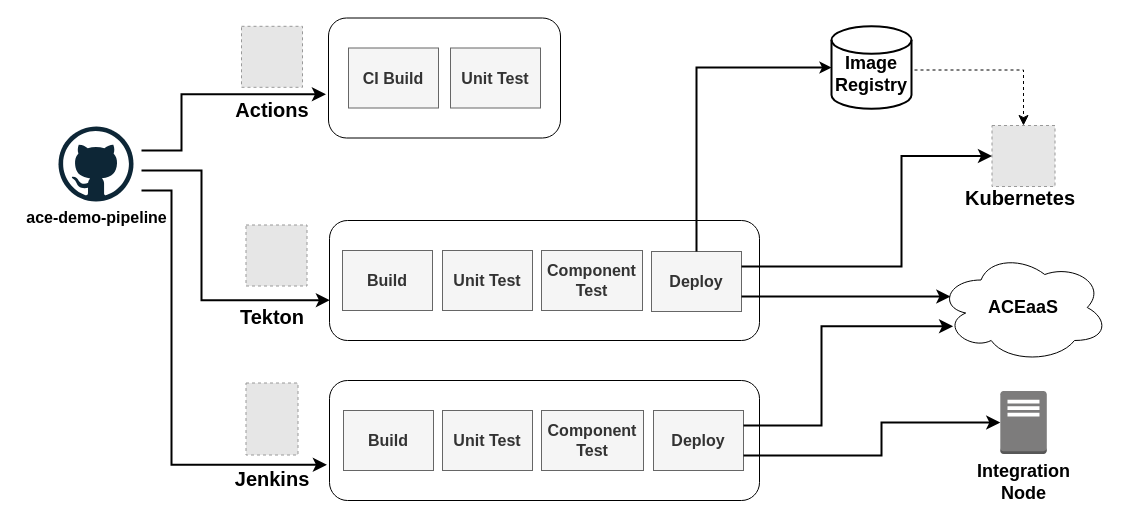
This is demo-infrastructure/images/pipelines-overview.drawio from ot4i/ace-demo-pipeline, a draw.io file, before an edit. Source tidied: cells renumbered, new cells numbered last; positions are measured from the earlier drawing's top-left corner, leaving out a move shared by most shapes. Both pictures are drawn from the tidied source at 100%, with x=0, y=0 at pixel (58, 18). Pictures stored in the file or linked from it are replaced by grey dashed boxes.
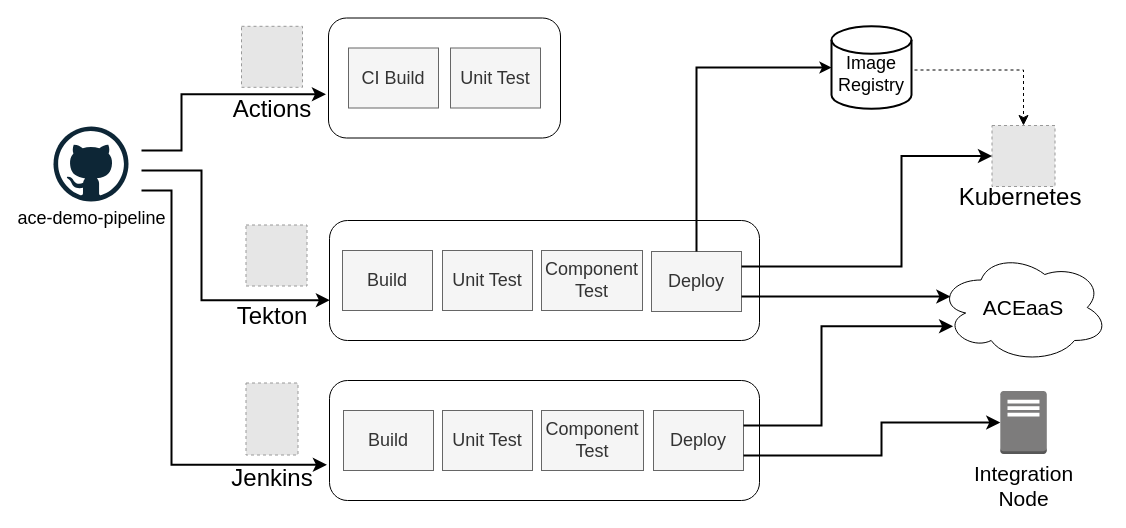
The same diagram, later.

Commit message (it also covers changes not shown here):
Different picture size

Diff of the diagram source:
```diff
@@
-    <mxCell id="2" style="rounded=1;whiteSpace=wrap;html=1;fontSize=16;" parent="1" vertex="1">
+    <mxCell id="2" style="rounded=1;whiteSpace=wrap;html=1;fontSize=18;fontStyle=0;" parent="1" vertex="1">
       <mxGeometry x="271" y="202" width="430" height="120" as="geometry" />
     </mxCell>
-    <mxCell id="3" value="ace-demo-pipeline" style="dashed=0;html=1;align=center;labelPosition=center;verticalLabelPosition=bottom;verticalAlign=top;shape=mxgraph.weblogos.github;fontSize=16;fontStyle=1;" parent="1" vertex="1">
-      <mxGeometry y="108" width="75" height="75" as="geometry" />
+    <mxCell id="3" value="ace-demo-pipeline" style="dashed=0;html=1;align=center;labelPosition=center;verticalLabelPosition=bottom;verticalAlign=top;shape=mxgraph.weblogos.github;fontSize=18;fontStyle=0;" parent="1" vertex="1">
+      <mxGeometry x="-5" y="108" width="75" height="75" as="geometry" />
     </mxCell>
-    <mxCell id="4" value="ACEaaS" style="ellipse;shape=cloud;whiteSpace=wrap;html=1;fontSize=18;fontStyle=1;" parent="1" vertex="1">
+    <mxCell id="4" value="ACEaaS" style="ellipse;shape=cloud;whiteSpace=wrap;html=1;fontSize=21;fontStyle=0;" parent="1" vertex="1">
       <mxGeometry x="880" y="234" width="170" height="110" as="geometry" />
     </mxCell>
-    <mxCell id="5" style="fillColor=#E6E6E6;strokeColor=#999999;dashed=1;html=1;verticalLabelPosition=bottom;verticalAlign=top;fontStyle=1;" parent="1" vertex="1">
+    <mxCell id="5" style="fillColor=#E6E6E6;strokeColor=#999999;dashed=1;html=1;verticalLabelPosition=bottom;verticalAlign=top;fontStyle=0;fontSize=24;" parent="1" vertex="1">
       <mxGeometry x="187.5" y="364.5" width="52" height="72" as="geometry" />
     </mxCell>
-    <mxCell id="6" value="Jenkins" style="text;html=1;align=center;verticalAlign=middle;whiteSpace=wrap;rounded=0;fontSize=20;fontStyle=1;" parent="1" vertex="1">
+    <mxCell id="6" value="Jenkins" style="text;html=1;align=center;verticalAlign=middle;whiteSpace=wrap;rounded=0;fontSize=24;fontStyle=0;" parent="1" vertex="1">
       <mxGeometry x="178.5" y="439.5" width="70" height="40" as="geometry" />
     </mxCell>
-    <mxCell id="7" value="Build" style="rounded=0;whiteSpace=wrap;html=1;fontSize=16;fillColor=#f5f5f5;fontColor=#333333;strokeColor=#666666;fontStyle=1;" parent="1" vertex="1">
+    <mxCell id="7" value="Build" style="rounded=0;whiteSpace=wrap;html=1;fontSize=18;fillColor=#f5f5f5;fontColor=#333333;strokeColor=#666666;fontStyle=0;" parent="1" vertex="1">
       <mxGeometry x="284" y="232" width="90" height="60" as="geometry" />
     </mxCell>
-    <mxCell id="8" value="Unit Test" style="rounded=0;whiteSpace=wrap;html=1;fontSize=16;fillColor=#f5f5f5;fontColor=#333333;strokeColor=#666666;fontStyle=1;" parent="1" vertex="1">
+    <mxCell id="8" value="Unit Test" style="rounded=0;whiteSpace=wrap;html=1;fontSize=18;fillColor=#f5f5f5;fontColor=#333333;strokeColor=#666666;fontStyle=0;" parent="1" vertex="1">
       <mxGeometry x="384" y="232" width="90" height="60" as="geometry" />
     </mxCell>
-    <mxCell id="9" value="Component &lt;br style=&quot;font-size: 16px;&quot;&gt;Test" style="rounded=0;whiteSpace=wrap;html=1;fontSize=16;fillColor=#f5f5f5;fontColor=#333333;strokeColor=#666666;fontStyle=1;" parent="1" vertex="1">
+    <mxCell id="9" value="Component &lt;br style=&quot;font-size: 18px;&quot;&gt;Test" style="rounded=0;whiteSpace=wrap;html=1;fontSize=18;fillColor=#f5f5f5;fontColor=#333333;strokeColor=#666666;fontStyle=0;" parent="1" vertex="1">
       <mxGeometry x="483" y="232" width="101" height="60" as="geometry" />
     </mxCell>
-    <mxCell id="10" value="Image Registry" style="strokeWidth=2;html=1;shape=mxgraph.flowchart.database;whiteSpace=wrap;spacingTop=13;fontSize=18;fontStyle=1;" parent="1" vertex="1">
+    <mxCell id="10" value="Image Registry" style="strokeWidth=2;html=1;shape=mxgraph.flowchart.database;whiteSpace=wrap;spacingTop=13;fontSize=18;fontStyle=0;" parent="1" vertex="1">
       <mxGeometry x="773" y="7.8" width="80" height="82.5" as="geometry" />
     </mxCell>
-    <mxCell id="11" value="Deploy" style="rounded=0;whiteSpace=wrap;html=1;fontSize=16;fillColor=#f5f5f5;fontColor=#333333;strokeColor=#666666;fontStyle=1;" parent="1" vertex="1">
+    <mxCell id="11" value="Deploy" style="rounded=0;whiteSpace=wrap;html=1;fontSize=18;fillColor=#f5f5f5;fontColor=#333333;strokeColor=#666666;fontStyle=0;" parent="1" vertex="1">
       <mxGeometry x="593" y="233" width="90" height="60" as="geometry" />
     </mxCell>
-    <mxCell id="12" style="fillColor=#E6E6E6;strokeColor=#999999;dashed=1;html=1;verticalLabelPosition=bottom;verticalAlign=top;fontStyle=1;" parent="1" vertex="1">
+    <mxCell id="12" style="fillColor=#E6E6E6;strokeColor=#999999;dashed=1;html=1;verticalLabelPosition=bottom;verticalAlign=top;fontStyle=0;fontSize=24;" parent="1" vertex="1">
       <mxGeometry x="187.5" y="206.5" width="61" height="61" as="geometry" />
     </mxCell>
-    <mxCell id="13" style="fillColor=#E6E6E6;strokeColor=#999999;dashed=1;html=1;verticalLabelPosition=bottom;verticalAlign=top;fontStyle=1;" parent="1" vertex="1">
+    <mxCell id="13" style="fillColor=#E6E6E6;strokeColor=#999999;dashed=1;html=1;verticalLabelPosition=bottom;verticalAlign=top;fontStyle=0;" parent="1" vertex="1">
       <mxGeometry x="933.5" y="107" width="63" height="61" as="geometry" />
     </mxCell>
-    <mxCell id="14" value="Tekton" style="text;html=1;align=center;verticalAlign=middle;whiteSpace=wrap;rounded=0;fontSize=20;fontStyle=1;" parent="1" vertex="1">
+    <mxCell id="14" value="Tekton" style="text;html=1;align=center;verticalAlign=middle;whiteSpace=wrap;rounded=0;fontSize=24;fontStyle=0;" parent="1" vertex="1">
       <mxGeometry x="178.5" y="277.5" width="70" height="40" as="geometry" />
     </mxCell>
-    <mxCell id="15" style="rounded=1;whiteSpace=wrap;html=1;fontSize=16;" parent="1" vertex="1">
+    <mxCell id="15" style="rounded=1;whiteSpace=wrap;html=1;fontSize=18;fontStyle=0;" parent="1" vertex="1">
       <mxGeometry x="271" y="362" width="430" height="120" as="geometry" />
     </mxCell>
-    <mxCell id="16" value="Build" style="rounded=0;whiteSpace=wrap;html=1;fontSize=16;fillColor=#f5f5f5;fontColor=#333333;strokeColor=#666666;fontStyle=1;" parent="1" vertex="1">
+    <mxCell id="16" value="Build" style="rounded=0;whiteSpace=wrap;html=1;fontSize=18;fillColor=#f5f5f5;fontColor=#333333;strokeColor=#666666;fontStyle=0;" parent="1" vertex="1">
       <mxGeometry x="285" y="392" width="90" height="60" as="geometry" />
     </mxCell>
-    <mxCell id="17" value="Unit Test" style="rounded=0;whiteSpace=wrap;html=1;fontSize=16;fillColor=#f5f5f5;fontColor=#333333;strokeColor=#666666;fontStyle=1;" parent="1" vertex="1">
+    <mxCell id="17" value="Unit Test" style="rounded=0;whiteSpace=wrap;html=1;fontSize=18;fillColor=#f5f5f5;fontColor=#333333;strokeColor=#666666;fontStyle=0;" parent="1" vertex="1">
       <mxGeometry x="384" y="392" width="90" height="60" as="geometry" />
     </mxCell>
-    <mxCell id="18" value="Component &lt;br style=&quot;font-size: 16px;&quot;&gt;Test" style="rounded=0;whiteSpace=wrap;html=1;fontSize=16;fillColor=#f5f5f5;fontColor=#333333;strokeColor=#666666;fontStyle=1;" parent="1" vertex="1">
+    <mxCell id="18" value="Component &lt;br style=&quot;font-size: 18px;&quot;&gt;Test" style="rounded=0;whiteSpace=wrap;html=1;fontSize=18;fillColor=#f5f5f5;fontColor=#333333;strokeColor=#666666;fontStyle=0;" parent="1" vertex="1">
       <mxGeometry x="483" y="392" width="102" height="60" as="geometry" />
     </mxCell>
-    <mxCell id="19" value="Deploy" style="rounded=0;whiteSpace=wrap;html=1;fontSize=16;fillColor=#f5f5f5;fontColor=#333333;strokeColor=#666666;fontStyle=1;" parent="1" vertex="1">
+    <mxCell id="19" value="Deploy" style="rounded=0;whiteSpace=wrap;html=1;fontSize=18;fillColor=#f5f5f5;fontColor=#333333;strokeColor=#666666;fontStyle=0;" parent="1" vertex="1">
       <mxGeometry x="595" y="392" width="90" height="60" as="geometry" />
     </mxCell>
-    <mxCell id="20" value="Integration&lt;br style=&quot;font-size: 18px;&quot;&gt;Node" style="outlineConnect=0;dashed=0;verticalLabelPosition=bottom;verticalAlign=top;align=center;html=1;shape=mxgraph.aws3.traditional_server;fillColor=#7D7C7C;gradientColor=none;fontSize=18;fontStyle=1;" parent="1" vertex="1">
+    <mxCell id="20" value="Integration&lt;br style=&quot;font-size: 21px;&quot;&gt;Node" style="outlineConnect=0;dashed=0;verticalLabelPosition=bottom;verticalAlign=top;align=center;html=1;shape=mxgraph.aws3.traditional_server;fillColor=#7D7C7C;gradientColor=none;fontSize=21;fontStyle=0;" parent="1" vertex="1">
       <mxGeometry x="941.8" y="372.5" width="46.5" height="63" as="geometry" />
     </mxCell>
-    <mxCell id="21" style="rounded=1;whiteSpace=wrap;html=1;fontSize=16;" parent="1" vertex="1">
+    <mxCell id="21" style="rounded=1;whiteSpace=wrap;html=1;fontSize=18;fontStyle=0;" parent="1" vertex="1">
       <mxGeometry x="270" y="-0.5" width="232" height="120" as="geometry" />
     </mxCell>
-    <mxCell id="22" value="CI Build" style="rounded=0;whiteSpace=wrap;html=1;fontSize=16;fillColor=#f5f5f5;fontColor=#333333;strokeColor=#666666;fontStyle=1;" parent="1" vertex="1">
+    <mxCell id="22" value="CI Build" style="rounded=0;whiteSpace=wrap;html=1;fontSize=18;fillColor=#f5f5f5;fontColor=#333333;strokeColor=#666666;fontStyle=0;" parent="1" vertex="1">
       <mxGeometry x="290" y="29.5" width="90" height="60" as="geometry" />
     </mxCell>
-    <mxCell id="23" value="Unit Test" style="rounded=0;whiteSpace=wrap;html=1;fontSize=16;fillColor=#f5f5f5;fontColor=#333333;strokeColor=#666666;fontStyle=1;" parent="1" vertex="1">
+    <mxCell id="23" value="Unit Test" style="rounded=0;whiteSpace=wrap;html=1;fontSize=18;fillColor=#f5f5f5;fontColor=#333333;strokeColor=#666666;fontStyle=0;" parent="1" vertex="1">
       <mxGeometry x="392" y="29.5" width="90" height="60" as="geometry" />
     </mxCell>
-    <mxCell id="24" style="fillColor=#E6E6E6;strokeColor=#999999;dashed=1;html=1;verticalLabelPosition=bottom;verticalAlign=top;fontStyle=1;" parent="1" vertex="1">
+    <mxCell id="24" style="fillColor=#E6E6E6;strokeColor=#999999;dashed=1;html=1;verticalLabelPosition=bottom;verticalAlign=top;fontStyle=0;fontSize=24;" parent="1" vertex="1">
       <mxGeometry x="183" y="7.8" width="61" height="61" as="geometry" />
     </mxCell>
-    <mxCell id="25" value="Actions" style="text;html=1;align=center;verticalAlign=middle;whiteSpace=wrap;rounded=0;fontSize=20;fontStyle=1;" parent="1" vertex="1">
+    <mxCell id="25" value="Actions" style="text;html=1;align=center;verticalAlign=middle;whiteSpace=wrap;rounded=0;fontSize=24;fontStyle=0;" parent="1" vertex="1">
       <mxGeometry x="178.5" y="71.2" width="70" height="40" as="geometry" />
     </mxCell>
-    <mxCell id="26" style="edgeStyle=orthogonalEdgeStyle;rounded=0;jettySize=auto;html=1;entryX=0;entryY=0.5;entryDx=0;entryDy=0;entryPerimeter=0;exitX=0.5;exitY=0;exitDx=0;exitDy=0;strokeWidth=2;" parent="1" edge="1" source="11" target="10">
+    <mxCell id="26" style="edgeStyle=orthogonalEdgeStyle;rounded=0;jettySize=auto;html=1;entryX=0;entryY=0.5;entryDx=0;entryDy=0;entryPerimeter=0;exitX=0.5;exitY=0;exitDx=0;exitDy=0;strokeWidth=2;fontStyle=0;" parent="1" edge="1" source="11" target="10">
       <mxGeometry relative="1" as="geometry" />
     </mxCell>
-    <mxCell id="27" style="edgeStyle=elbowEdgeStyle;elbow=horizontal;endArrow=classic;html=1;curved=0;rounded=0;endSize=8;startSize=8;entryX=0.001;entryY=0.664;entryDx=0;entryDy=0;entryPerimeter=0;strokeWidth=2;fontStyle=1;" parent="1" edge="1" target="2">
+    <mxCell id="27" style="edgeStyle=elbowEdgeStyle;elbow=horizontal;endArrow=classic;html=1;curved=0;rounded=0;endSize=8;startSize=8;entryX=0.001;entryY=0.664;entryDx=0;entryDy=0;entryPerimeter=0;strokeWidth=2;fontStyle=0;" parent="1" edge="1" target="2">
       <mxGeometry relative="1" as="geometry">
         <mxPoint x="83" y="152" as="sourcePoint" />
         <Array as="points">
           <mxPoint x="143" y="222" />
         </Array>
       </mxGeometry>
     </mxCell>
-    <mxCell id="28" style="edgeStyle=elbowEdgeStyle;elbow=horizontal;endArrow=classic;html=1;curved=0;rounded=0;endSize=8;startSize=8;entryX=-0.011;entryY=0.636;entryDx=0;entryDy=0;entryPerimeter=0;strokeWidth=2;fontStyle=1;" parent="1" edge="1" target="21">
+    <mxCell id="28" style="edgeStyle=elbowEdgeStyle;elbow=horizontal;endArrow=classic;html=1;curved=0;rounded=0;endSize=8;startSize=8;entryX=-0.011;entryY=0.636;entryDx=0;entryDy=0;entryPerimeter=0;strokeWidth=2;fontStyle=0;" parent="1" edge="1" target="21">
       <mxGeometry relative="1" as="geometry">
         <mxPoint x="83" y="132" as="sourcePoint" />
         <Array as="points">
           <mxPoint x="123" y="112" />
         </Array>
       </mxGeometry>
     </mxCell>
-    <mxCell id="29" style="edgeStyle=elbowEdgeStyle;elbow=horizontal;endArrow=classic;html=1;curved=0;rounded=0;endSize=8;startSize=8;entryX=-0.006;entryY=0.702;entryDx=0;entryDy=0;entryPerimeter=0;strokeWidth=2;fontStyle=1;" parent="1" edge="1" target="15">
+    <mxCell id="29" style="edgeStyle=elbowEdgeStyle;elbow=horizontal;endArrow=classic;html=1;curved=0;rounded=0;endSize=8;startSize=8;entryX=-0.006;entryY=0.702;entryDx=0;entryDy=0;entryPerimeter=0;strokeWidth=2;fontStyle=0;" parent="1" edge="1" target="15">
       <mxGeometry relative="1" as="geometry">
         <mxPoint x="83" y="172" as="sourcePoint" />
         <Array as="points">
           <mxPoint x="113" y="312" />
         </Array>
       </mxGeometry>
     </mxCell>
-    <mxCell id="30" style="edgeStyle=elbowEdgeStyle;elbow=horizontal;endArrow=classic;html=1;curved=0;rounded=0;endSize=8;startSize=8;entryX=0;entryY=0.5;entryDx=0;entryDy=0;exitX=1;exitY=0.25;exitDx=0;exitDy=0;strokeWidth=2;" parent="1" edge="1" source="11" target="13">
+    <mxCell id="30" style="edgeStyle=elbowEdgeStyle;elbow=horizontal;endArrow=classic;html=1;curved=0;rounded=0;endSize=8;startSize=8;entryX=0;entryY=0.5;entryDx=0;entryDy=0;exitX=1;exitY=0.25;exitDx=0;exitDy=0;strokeWidth=2;fontStyle=0;" parent="1" edge="1" source="11" target="13">
       <mxGeometry relative="1" as="geometry">
         <Array as="points">
           <mxPoint x="843" y="192" />
         </Array>
       </mxGeometry>
     </mxCell>
-    <mxCell id="31" style="edgeStyle=elbowEdgeStyle;elbow=horizontal;endArrow=classic;html=1;curved=0;rounded=0;endSize=8;startSize=8;entryX=0.07;entryY=0.4;entryDx=0;entryDy=0;entryPerimeter=0;exitX=1;exitY=0.75;exitDx=0;exitDy=0;strokeWidth=2;" parent="1" edge="1" source="11" target="4">
+    <mxCell id="31" style="edgeStyle=elbowEdgeStyle;elbow=horizontal;endArrow=classic;html=1;curved=0;rounded=0;endSize=8;startSize=8;entryX=0.07;entryY=0.4;entryDx=0;entryDy=0;entryPerimeter=0;exitX=1;exitY=0.75;exitDx=0;exitDy=0;strokeWidth=2;fontStyle=0;" parent="1" edge="1" source="11" target="4">
       <mxGeometry relative="1" as="geometry" />
     </mxCell>
-    <mxCell id="32" style="edgeStyle=elbowEdgeStyle;elbow=horizontal;endArrow=classic;html=1;curved=0;rounded=0;endSize=8;startSize=8;entryX=0.086;entryY=0.671;entryDx=0;entryDy=0;entryPerimeter=0;exitX=1;exitY=0.25;exitDx=0;exitDy=0;strokeWidth=2;" parent="1" edge="1" source="19" target="4">
+    <mxCell id="32" style="edgeStyle=elbowEdgeStyle;elbow=horizontal;endArrow=classic;html=1;curved=0;rounded=0;endSize=8;startSize=8;entryX=0.086;entryY=0.671;entryDx=0;entryDy=0;entryPerimeter=0;exitX=1;exitY=0.25;exitDx=0;exitDy=0;strokeWidth=2;fontStyle=0;" parent="1" edge="1" source="19" target="4">
       <mxGeometry relative="1" as="geometry">
         <Array as="points">
           <mxPoint x="763" y="362" />
         </Array>
       </mxGeometry>
     </mxCell>
-    <mxCell id="33" style="edgeStyle=elbowEdgeStyle;elbow=horizontal;endArrow=classic;html=1;curved=0;rounded=0;endSize=8;startSize=8;exitX=1;exitY=0.75;exitDx=0;exitDy=0;strokeWidth=2;entryX=0;entryY=0.5;entryDx=0;entryDy=0;entryPerimeter=0;" parent="1" edge="1" source="19" target="20">
+    <mxCell id="33" style="edgeStyle=elbowEdgeStyle;elbow=horizontal;endArrow=classic;html=1;curved=0;rounded=0;endSize=8;startSize=8;exitX=1;exitY=0.75;exitDx=0;exitDy=0;strokeWidth=2;entryX=0;entryY=0.5;entryDx=0;entryDy=0;entryPerimeter=0;fontStyle=0;" parent="1" edge="1" source="19" target="20">
       <mxGeometry relative="1" as="geometry">
         <Array as="points">
           <mxPoint x="823" y="452" />
         </Array>
       </mxGeometry>
     </mxCell>
-    <mxCell id="34" style="edgeStyle=elbowEdgeStyle;elbow=vertical;endArrow=classic;html=1;curved=0;rounded=0;endSize=8;startSize=8;entryX=0.5;entryY=0;entryDx=0;entryDy=0;exitX=1;exitY=0.5;exitDx=0;exitDy=0;exitPerimeter=0;dashed=1;fontStyle=1;" parent="1" edge="1" target="13">
+    <mxCell id="34" style="edgeStyle=elbowEdgeStyle;elbow=vertical;endArrow=classic;html=1;curved=0;rounded=0;endSize=8;startSize=8;entryX=0.5;entryY=0;entryDx=0;entryDy=0;exitX=1;exitY=0.5;exitDx=0;exitDy=0;exitPerimeter=0;dashed=1;fontStyle=0;" parent="1" edge="1" target="13">
       <mxGeometry relative="1" as="geometry">
         <mxPoint x="853" y="36.5" as="sourcePoint" />
         <Array as="points">
           <mxPoint x="913" y="51.5" />
         </Array>
       </mxGeometry>
     </mxCell>
-    <mxCell id="35" value="Kubernetes" style="text;html=1;align=center;verticalAlign=middle;whiteSpace=wrap;rounded=0;fontSize=20;fontStyle=1;" parent="1" vertex="1">
+    <mxCell id="35" value="Kubernetes" style="text;html=1;align=center;verticalAlign=middle;whiteSpace=wrap;rounded=0;fontSize=24;fontStyle=0;" parent="1" vertex="1">
       <mxGeometry x="926.5" y="159" width="70" height="40" as="geometry" />
     </mxCell>
```
